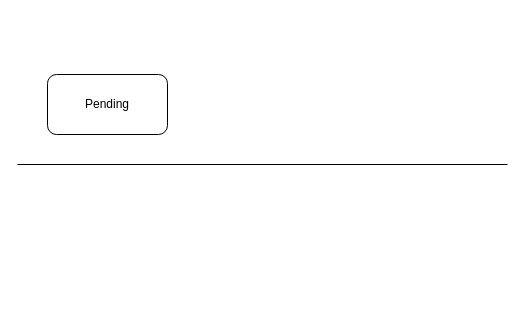
This is 体系文件协同编辑和管理工具/DM编校审流程.drawio from DemonHan/KuickBuy, a draw.io file, before an edit. Source tidied: cells renumbered, new cells numbered last; positions are measured from the earlier drawing's top-left corner, leaving out a move shared by most shapes. Both pictures are drawn from the tidied source at 100%, with x=0, y=0 at pixel (17, 74).
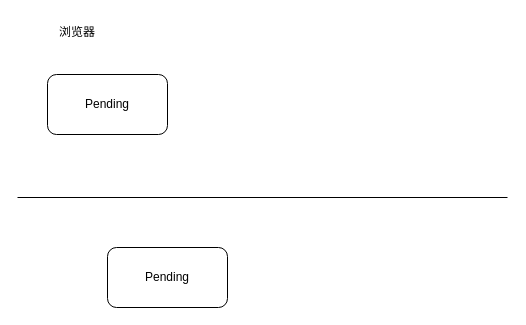
The same diagram, later.

Commit message (it also covers changes not shown here):
更新DM编校审流程.drawio

What changed in the source:
```diff
@@
 <mxGraphModel>
   <root>
     <mxCell id="0" />
     <mxCell id="1" parent="0" />
     <mxCell id="2" value="Pending" style="rounded=1;whiteSpace=wrap;html=1;" parent="1" vertex="1">
       <mxGeometry x="30" width="120" height="60" as="geometry" />
     </mxCell>
     <mxCell id="3" style="endArrow=none;html=1;rounded=0;" parent="1" edge="1">
       <mxGeometry relative="1" as="geometry">
-        <mxPoint y="90" as="sourcePoint" />
-        <mxPoint x="490" y="90" as="targetPoint" />
+        <mxPoint y="123" as="sourcePoint" />
+        <mxPoint x="490" y="123" as="targetPoint" />
       </mxGeometry>
     </mxCell>
+    <mxCell id="4" value="浏览器" style="text;html=1;align=center;verticalAlign=middle;whiteSpace=wrap;rounded=0;" parent="1" vertex="1">
+      <mxGeometry x="30" y="-57" width="60" height="30" as="geometry" />
+    </mxCell>
+    <mxCell id="5" value="Pending" style="rounded=1;whiteSpace=wrap;html=1;" parent="1" vertex="1">
+      <mxGeometry x="90" y="173" width="120" height="60" as="geometry" />
+    </mxCell>
   </root>
 </mxGraphModel>
```
